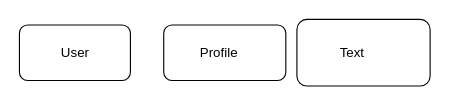
Bayujiantoro/phpdasar keeps this draw.io diagram as Untitled Diagram.drawio. Above is the earlier version. Source tidied: cells renumbered, new cells numbered last; positions are measured from the earlier drawing's top-left corner, leaving out a move shared by most shapes. Both pictures are drawn from the tidied source at 111%, with x=0, y=0 at pixel (19, 19).
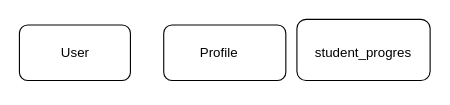
The same page after the edit.

Diff of the diagram source:
```diff
@@
 <mxGraphModel>
   <root>
     <mxCell id="0" />
     <mxCell id="1" parent="0" />
     <mxCell id="2" value="Text" style="text;html=1;strokeColor=none;fillColor=none;align=center;verticalAlign=middle;whiteSpace=wrap;rounded=0;" parent="1" vertex="1">
       <mxGeometry x="30" y="20" width="60" height="30" as="geometry" />
     </mxCell>
     <mxCell id="3" style="rounded=1;whiteSpace=wrap;html=1;" parent="1" vertex="1">
       <mxGeometry y="5" width="100" height="50" as="geometry" />
     </mxCell>
     <mxCell id="4" value="User" style="text;html=1;align=center;verticalAlign=middle;strokeColor=none;fillColor=none;" parent="1" vertex="1">
       <mxGeometry x="25" y="15" width="50" height="30" as="geometry" />
     </mxCell>
     <mxCell id="5" style="rounded=1;whiteSpace=wrap;html=1;" parent="1" vertex="1">
       <mxGeometry x="130" y="5" width="110" height="50" as="geometry" />
     </mxCell>
     <mxCell id="6" value="Profile" style="text;strokeColor=none;align=center;fillColor=none;html=1;verticalAlign=middle;whiteSpace=wrap;rounded=0;" parent="1" vertex="1">
       <mxGeometry x="150" y="15" width="60" height="30" as="geometry" />
     </mxCell>
     <mxCell id="7" style="rounded=1;whiteSpace=wrap;html=1;" parent="1" vertex="1">
-      <mxGeometry x="250" width="120" height="60" as="geometry" />
+      <mxGeometry x="250" width="120" height="55" as="geometry" />
     </mxCell>
-    <mxCell id="8" value="Text" style="text;strokeColor=none;align=center;fillColor=none;html=1;verticalAlign=middle;whiteSpace=wrap;rounded=0;" parent="1" vertex="1">
-      <mxGeometry x="270" y="15" width="60" height="30" as="geometry" />
+    <mxCell id="8" value="student_progres" style="text;strokeColor=none;align=center;fillColor=none;html=1;verticalAlign=middle;whiteSpace=wrap;rounded=0;" parent="1" vertex="1">
+      <mxGeometry x="280" y="15" width="60" height="30" as="geometry" />
     </mxCell>
   </root>
 </mxGraphModel>
```
